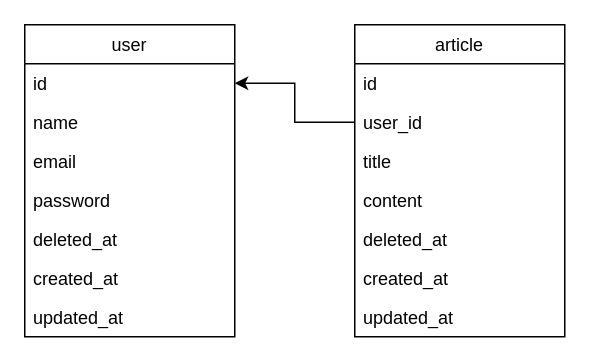
The draw.io diagram docs/er_diagram.dio in ksaito422/bloger_express, before the edit. Source tidied: cells renumbered, new cells numbered last; positions are measured from the earlier drawing's top-left corner, leaving out a move shared by most shapes. Both pictures are drawn from the tidied source at 150%, with x=0, y=0 at pixel (24, 24).
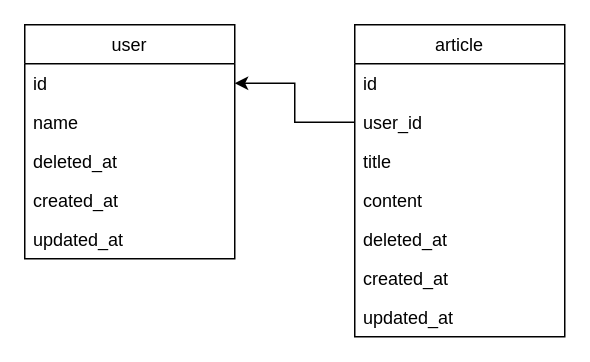
After the change.

Change to the diagram source:
```diff
@@
 <mxGraphModel>
   <root>
     <mxCell id="0" />
     <mxCell id="1" parent="0" />
     <mxCell id="2" value="user" style="swimlane;fontStyle=0;horizontal=1;startSize=26;fillColor=none;" parent="1" vertex="1">
-      <mxGeometry width="140" height="208" as="geometry" />
+      <mxGeometry width="140" height="156" as="geometry" />
     </mxCell>
     <mxCell id="3" value="id" style="text;strokeColor=none;fillColor=none;align=left;verticalAlign=top;spacingLeft=4;spacingRight=4;overflow=hidden;points=[[0,0.5],[1,0.5]];portConstraint=eastwest;" parent="2" vertex="1">
       <mxGeometry y="26" width="140" height="26" as="geometry" />
     </mxCell>
     <mxCell id="4" value="name" style="text;strokeColor=none;fillColor=none;align=left;verticalAlign=top;spacingLeft=4;spacingRight=4;overflow=hidden;" parent="2" vertex="1">
       <mxGeometry y="52" width="140" height="26" as="geometry" />
     </mxCell>
-    <mxCell id="5" value="email" style="text;strokeColor=none;fillColor=none;align=left;verticalAlign=top;spacingLeft=4;spacingRight=4;overflow=hidden;" parent="2" vertex="1">
-      <mxGeometry y="78" width="140" height="26" as="geometry" />
-    </mxCell>
-    <mxCell id="6" value="password" style="text;strokeColor=none;fillColor=none;align=left;verticalAlign=top;spacingLeft=4;spacingRight=4;overflow=hidden;" parent="2" vertex="1">
-      <mxGeometry y="104" width="140" height="26" as="geometry" />
-    </mxCell>
     <mxCell id="7" value="deleted_at" style="text;strokeColor=none;fillColor=none;align=left;verticalAlign=top;spacingLeft=4;spacingRight=4;overflow=hidden;" parent="2" vertex="1">
-      <mxGeometry y="130" width="140" height="26" as="geometry" />
+      <mxGeometry y="78" width="140" height="26" as="geometry" />
     </mxCell>
     <mxCell id="8" value="created_at" style="text;strokeColor=none;fillColor=none;align=left;verticalAlign=top;spacingLeft=4;spacingRight=4;overflow=hidden;" parent="2" vertex="1">
-      <mxGeometry y="156" width="140" height="26" as="geometry" />
+      <mxGeometry y="104" width="140" height="26" as="geometry" />
     </mxCell>
     <mxCell id="9" value="updated_at" style="text;strokeColor=none;fillColor=none;align=left;verticalAlign=top;spacingLeft=4;spacingRight=4;overflow=hidden;" parent="2" vertex="1">
-      <mxGeometry y="182" width="140" height="26" as="geometry" />
+      <mxGeometry y="130" width="140" height="26" as="geometry" />
     </mxCell>
     <mxCell id="10" value="article" style="swimlane;fontStyle=0;horizontal=1;startSize=26;fillColor=none;" parent="1" vertex="1">
       <mxGeometry x="220" width="140" height="208" as="geometry" />
     </mxCell>
     <mxCell id="11" value="id" style="text;strokeColor=none;fillColor=none;align=left;verticalAlign=top;spacingLeft=4;spacingRight=4;overflow=hidden;" parent="10" vertex="1">
       <mxGeometry y="26" width="140" height="26" as="geometry" />
     </mxCell>
     <mxCell id="12" value="user_id" style="text;strokeColor=none;fillColor=none;align=left;verticalAlign=top;spacingLeft=4;spacingRight=4;overflow=hidden;points=[[0,0.5],[1,0.5]];portConstraint=eastwest;" parent="10" vertex="1">
       <mxGeometry y="52" width="140" height="26" as="geometry" />
     </mxCell>
     <mxCell id="13" value="title" style="text;strokeColor=none;fillColor=none;align=left;verticalAlign=top;spacingLeft=4;spacingRight=4;overflow=hidden;" parent="10" vertex="1">
       <mxGeometry y="78" width="140" height="26" as="geometry" />
     </mxCell>
     <mxCell id="14" value="content" style="text;strokeColor=none;fillColor=none;align=left;verticalAlign=top;spacingLeft=4;spacingRight=4;overflow=hidden;" parent="10" vertex="1">
       <mxGeometry y="104" width="140" height="26" as="geometry" />
     </mxCell>
     <mxCell id="15" value="deleted_at" style="text;strokeColor=none;fillColor=none;align=left;verticalAlign=top;spacingLeft=4;spacingRight=4;overflow=hidden;" parent="10" vertex="1">
       <mxGeometry y="130" width="140" height="26" as="geometry" />
     </mxCell>
     <mxCell id="16" value="created_at" style="text;strokeColor=none;fillColor=none;align=left;verticalAlign=top;spacingLeft=4;spacingRight=4;overflow=hidden;" parent="10" vertex="1">
       <mxGeometry y="156" width="140" height="26" as="geometry" />
     </mxCell>
     <mxCell id="17" value="updated_at" style="text;strokeColor=none;fillColor=none;align=left;verticalAlign=top;spacingLeft=4;spacingRight=4;overflow=hidden;" parent="10" vertex="1">
       <mxGeometry y="182" width="140" height="26" as="geometry" />
     </mxCell>
     <mxCell id="18" style="edgeStyle=orthogonalEdgeStyle;rounded=0;jettySize=auto;html=1;exitX=0;exitY=0.5;exitDx=0;exitDy=0;" parent="1" edge="1" source="12" target="3">
       <mxGeometry relative="1" as="geometry" />
     </mxCell>
   </root>
 </mxGraphModel>
```
